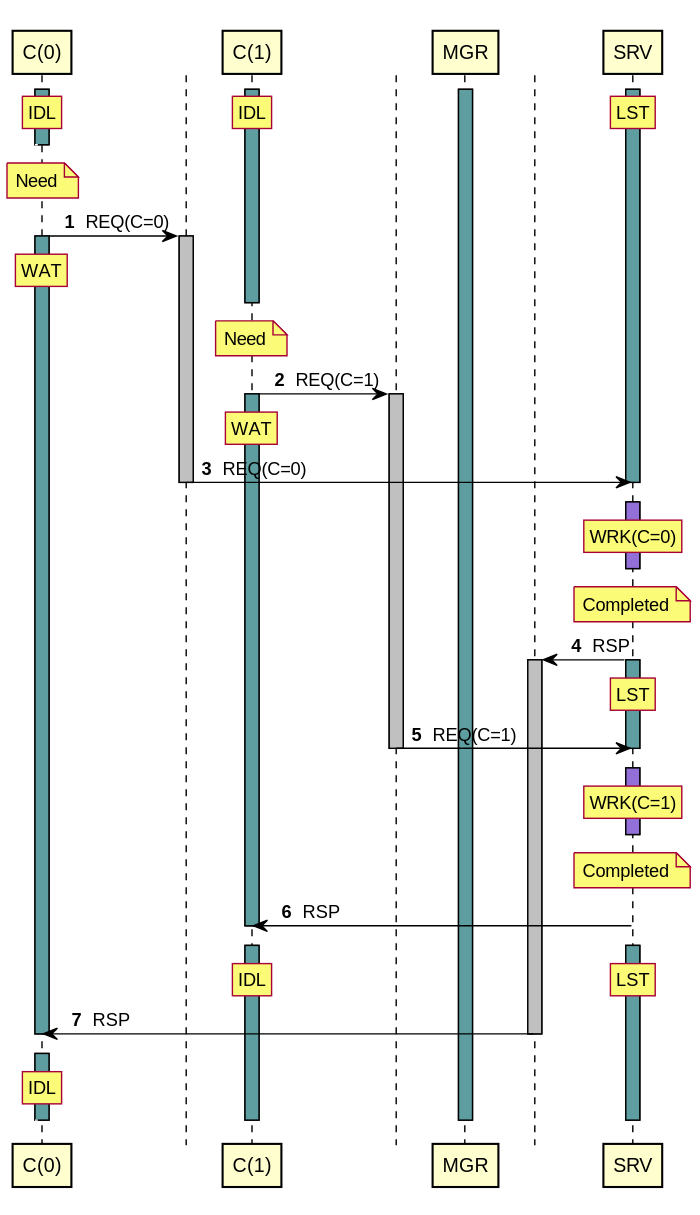
This is tests/expected/test_managed_clients_server/sequence.svg from orenbenkiki/total-space, a PlantUML export, as it was before one commit.
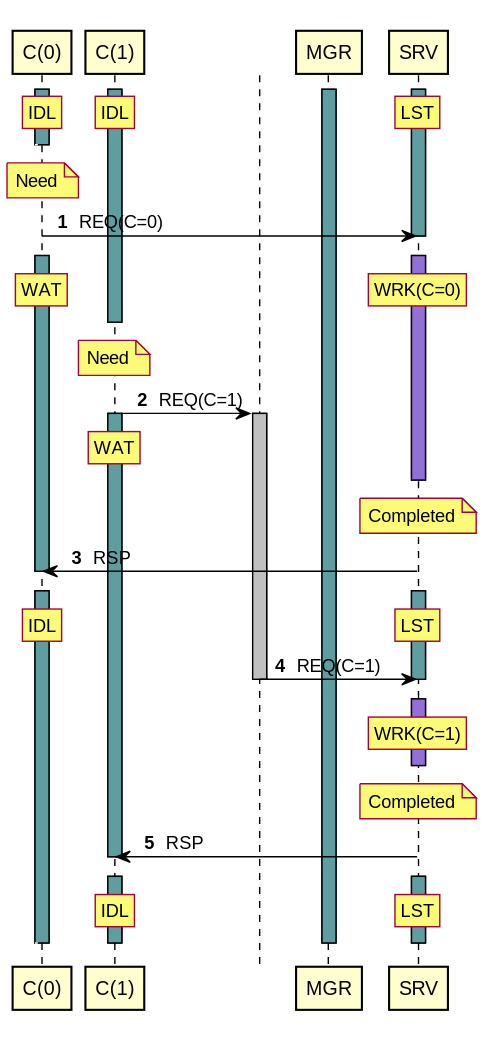
After the commit.

Change to the diagram source:
```diff
@@ -26,41 +26,41 @@
 autonumber resume
 deactivate A0
 note over A0 : Need
-control " " as T0 order 10101
-A0 -> T0 : REQ(C=0)
-activate T0 #Silver
+A0 -> A3 : REQ(C=0)
+deactivate A3
+autonumber stop
+[<[#White]-- A0
+autonumber resume
 activate A0 #CadetBlue
+activate A3 #MediumPurple
 rnote over A0 : WAT
+/ rnote over A3 : WRK(C=0)
 autonumber stop
 [<[#White]-- A0
 autonumber resume
 deactivate A1
 note over A1 : Need
-control " " as T1 order 10201
-A1 -> T1 : REQ(C=1)
-activate T1 #Silver
+control " " as T0 order 10201
+A1 -> T0 : REQ(C=1)
+activate T0 #Silver
 activate A1 #CadetBlue
 rnote over A1 : WAT
-T0 -> A3 : REQ(C=0)
-deactivate T0
-deactivate A3
-autonumber stop
-[<[#White]-- A0
-autonumber resume
-activate A3 #MediumPurple
-rnote over A3 : WRK(C=0)
 autonumber stop
 [<[#White]-- A0
 autonumber resume
 deactivate A3
 note over A3 : Completed
-control " " as T2 order 10399
-A3 -> T2 : RSP
-activate T2 #Silver
+A3 -> A0 : RSP
+deactivate A0
+autonumber stop
+[<[#White]-- A0
+autonumber resume
 activate A3 #CadetBlue
+activate A0 #CadetBlue
 rnote over A3 : LST
-T1 -> A3 : REQ(C=1)
-deactivate T1
+/ rnote over A0 : IDL
+T0 -> A3 : REQ(C=1)
+deactivate T0
 deactivate A3
 autonumber stop
 [<[#White]-- A0
@@ -81,14 +81,6 @@
 activate A1 #CadetBlue
 rnote over A3 : LST
 / rnote over A1 : IDL
-T2 -> A0 : RSP
-deactivate T2
-deactivate A0
-autonumber stop
-[<[#White]-- A0
-autonumber resume
-activate A0 #CadetBlue
-rnote over A0 : IDL
 autonumber stop
 [<[#White]-- A0
 autonumber resume
```
